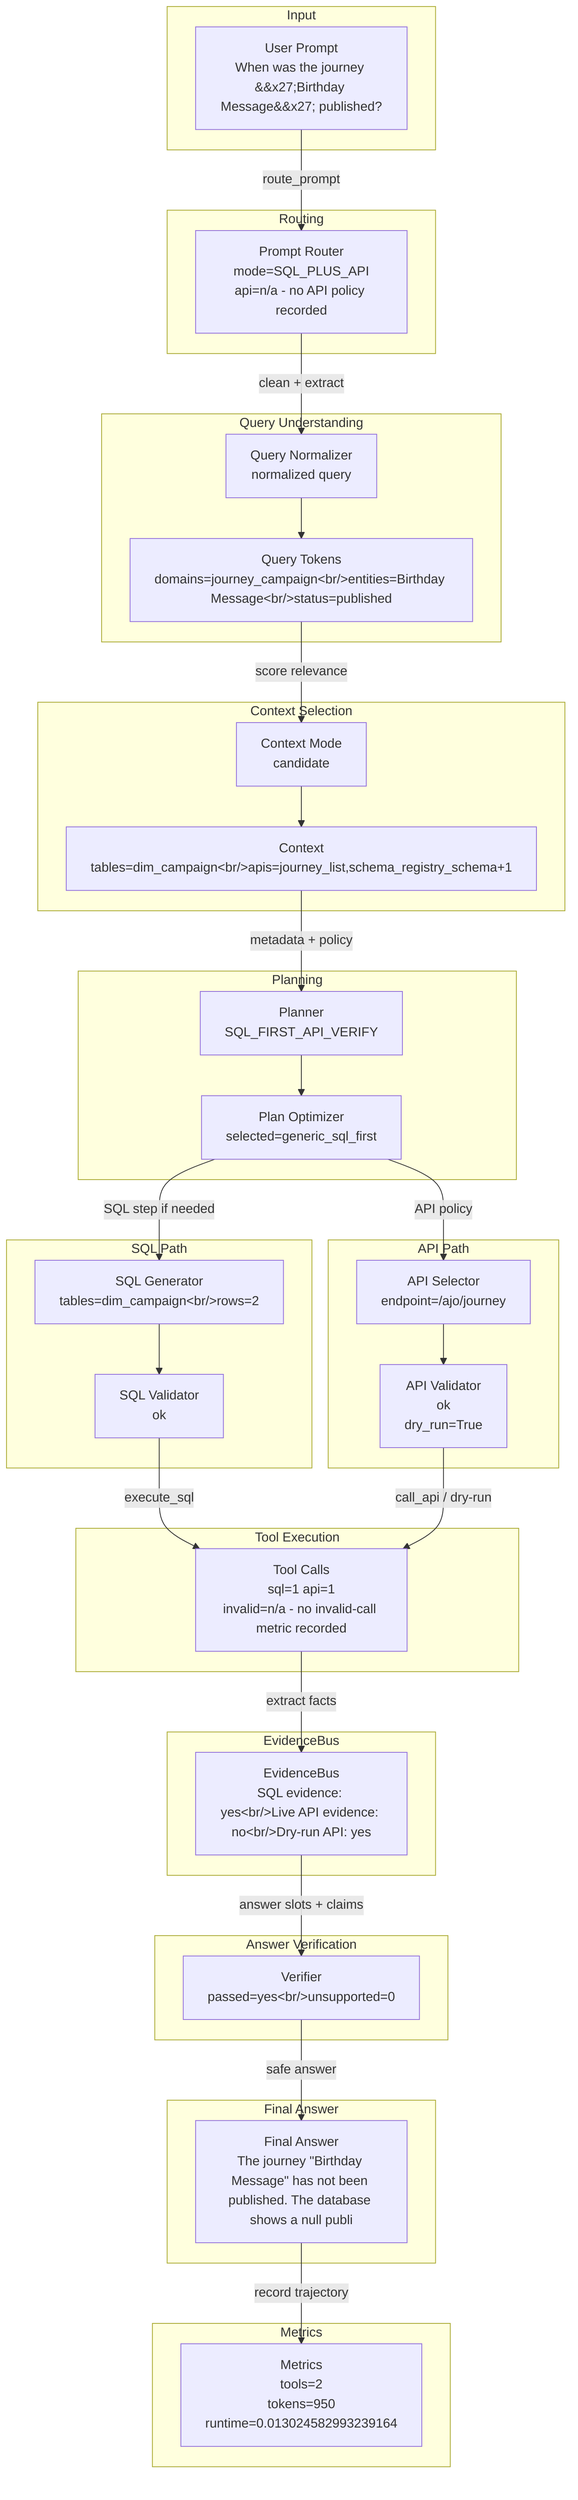
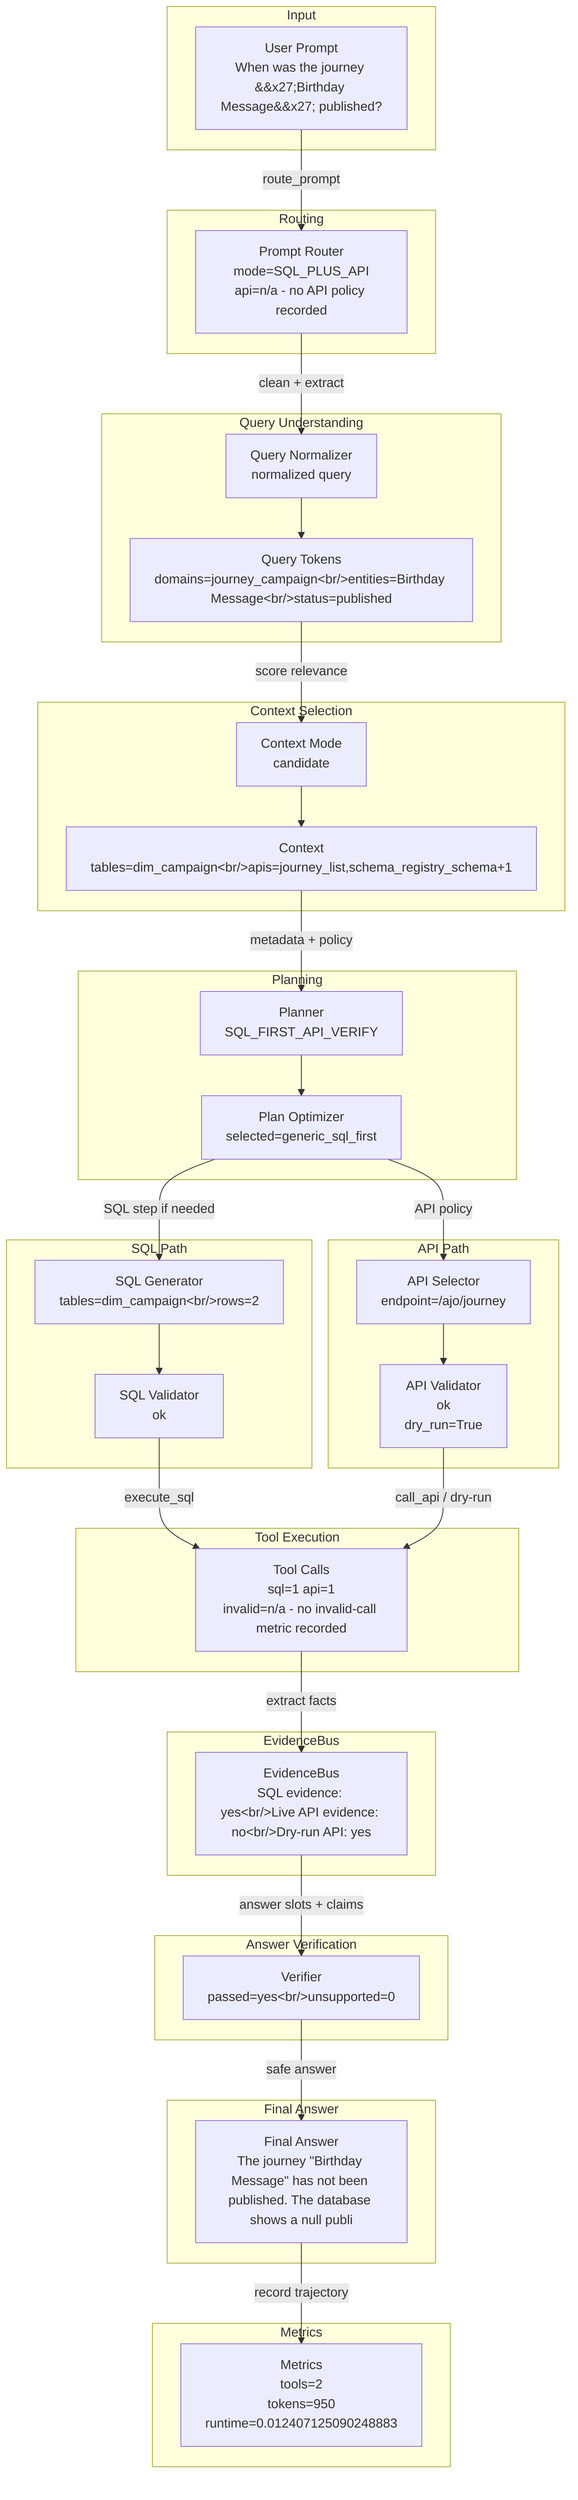
flowchart TD
  subgraph Input
    input_prompt["User Prompt<br/>When was the journey &#x27;Birthday Message&#x27; published?"]
  end
  subgraph Routing
    router["Prompt Router<br/>mode=SQL_PLUS_API<br/>api=n/a - no API policy recorded"]
    input_prompt -->|route_prompt| router
  end
  subgraph QueryUnderstanding["Query Understanding"]
    normalizer["Query Normalizer<br/>normalized query"]
    tokens["Query Tokens<br/>domains=journey_campaign&lt;br/&gt;entities=Birthday Message&lt;br/&gt;status=published"]
    router -->|clean + extract| normalizer --> tokens
  end
  subgraph ContextSelection["Context Selection"]
    context["Context Mode<br/>candidate"]
    candidates["Context<br/>tables=dim_campaign&lt;br/&gt;apis=journey_list,schema_registry_schema+1"]
    tokens -->|score relevance| context --> candidates
  end
  subgraph Planning
    planner["Planner<br/>SQL_FIRST_API_VERIFY"]
    optimizer["Plan Optimizer<br/>selected=generic_sql_first"]
    candidates -->|metadata + policy| planner --> optimizer
  end
  subgraph SQLPath["SQL Path"]
    sqlgen["SQL Generator<br/>tables=dim_campaign&lt;br/&gt;rows=2"]
    sqlval["SQL Validator<br/>ok"]
    optimizer -->|SQL step if needed| sqlgen --> sqlval
  end
  subgraph APIPath["API Path"]
    apisel["API Selector<br/>endpoint=/ajo/journey"]
    apival["API Validator<br/>ok<br/>dry_run=True"]
    optimizer -->|API policy| apisel --> apival
  end
  subgraph ToolExecution["Tool Execution"]
    tools["Tool Calls<br/>sql=1 api=1<br/>invalid=n/a - no invalid-call metric recorded"]
    sqlval -->|execute_sql| tools
    apival -->|call_api / dry-run| tools
  end
  subgraph EvidenceBus
    evidence["EvidenceBus<br/>SQL evidence: yes&lt;br/&gt;Live API evidence: no&lt;br/&gt;Dry-run API: yes"]
    tools -->|extract facts| evidence
  end
  subgraph AnswerVerification["Answer Verification"]
    verifier["Verifier<br/>passed=yes&lt;br/&gt;unsupported=0"]
    evidence -->|answer slots + claims| verifier
  end
  subgraph FinalAnswer["Final Answer"]
    answer["Final Answer<br/>The journey &quot;Birthday Message&quot; has not been published. The database shows a null publi"]
    verifier -->|safe answer| answer
  end
  subgraph Metrics
-     metrics["Metrics<br/>tools=2<br/>tokens=950<br/>runtime=0.013024582993239164"]
+     metrics["Metrics<br/>tools=2<br/>tokens=950<br/>runtime=0.012407125090248883"]
    answer -->|record trajectory| metrics
  end
